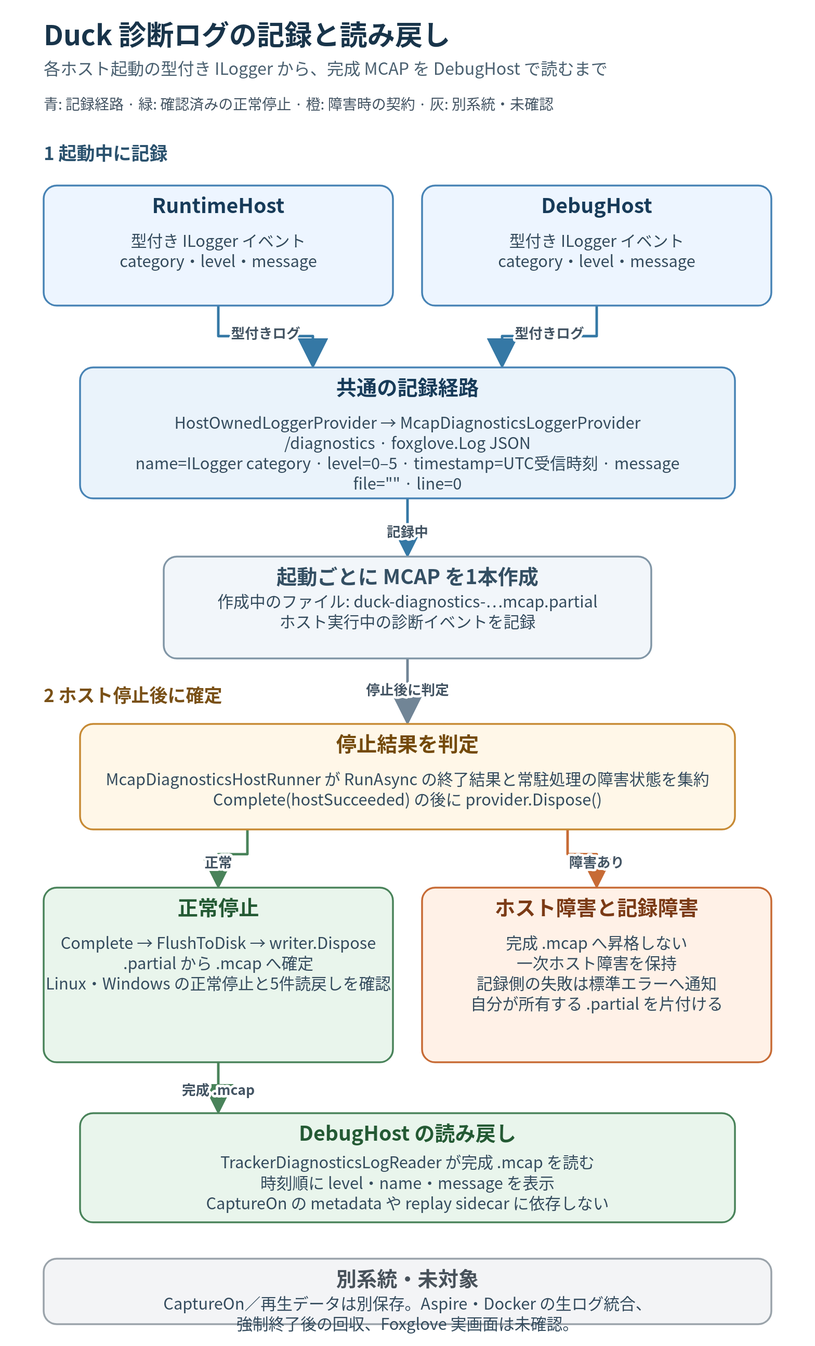
This is Tracker/Design/DebugHost/diagnostics-mcap-flow.dio.svg from ibis-ssl/Duck, a draw.io export, as it was before one commit. Source tidied: cells renumbered, new cells last; positions are measured from the earlier drawing's top-left corner, leaving out a move shared by most shapes.
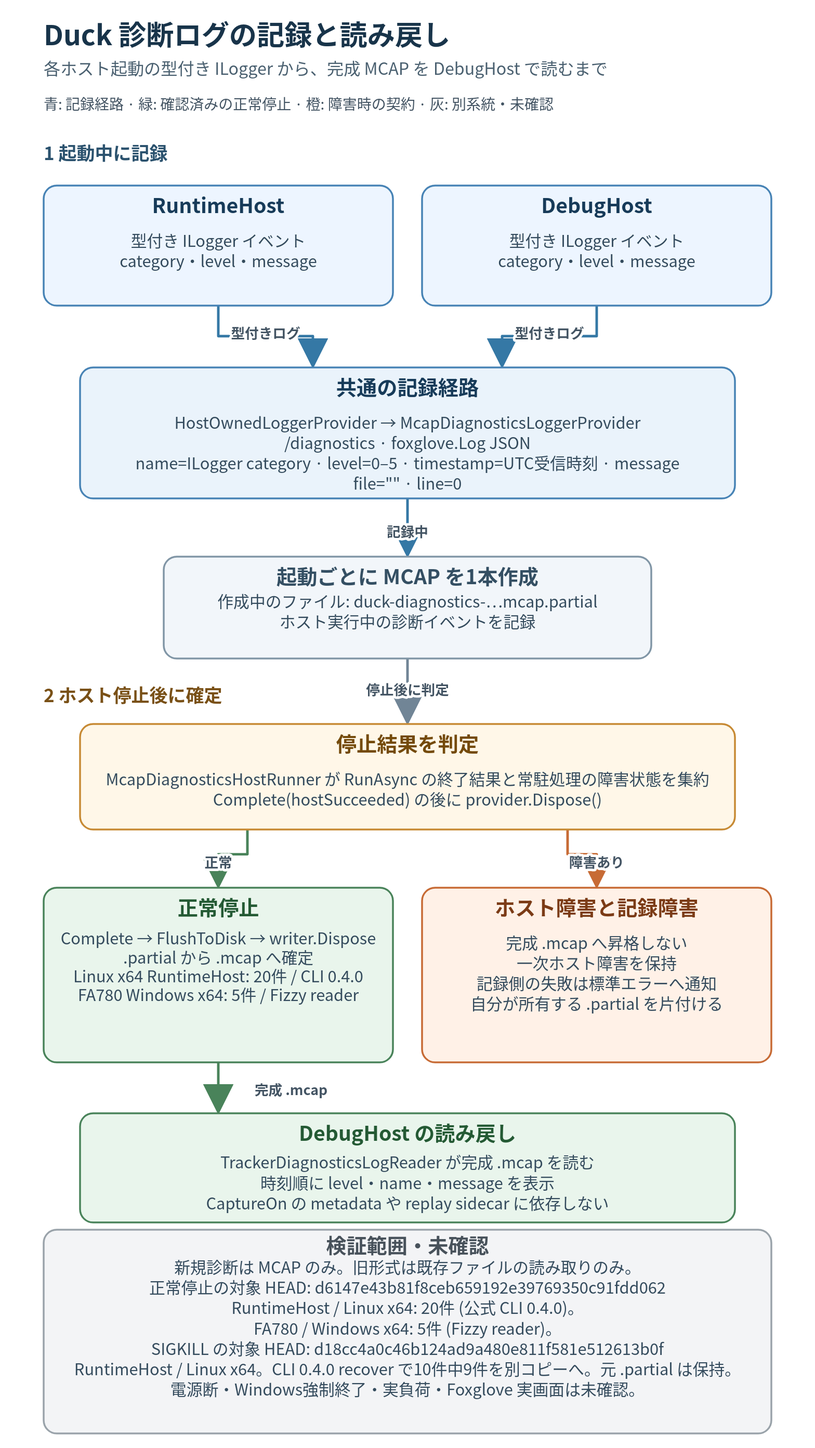
After the change.

What changed in the source:
```diff
@@ -17,7 +17,7 @@
     <mxCell id="6" value="&lt;b&gt;停止結果を判定&lt;/b&gt;&lt;br&gt;McapDiagnosticsHostRunner が RunAsync の終了結果と常駐処理の障害状態を集約&lt;br&gt;Complete(hostSucceeded) の後に provider.Dispose()" style="rounded=1;arcSize=12;whiteSpace=wrap;html=1;align=center;verticalAlign=middle;fontFamily=Noto Sans CJK JP;fontSize=23;fontColor=#24374A;fillColor=#FFF7E8;strokeColor=#C78A34;strokeWidth=2;spacing=10;" parent="1" vertex="1">
       <mxGeometry x="50" y="971" width="900" height="145" as="geometry" />
     </mxCell>
-    <mxCell id="7" value="&lt;b&gt;正常停止&lt;/b&gt;&lt;br&gt;Complete → FlushToDisk → writer.Dispose&lt;br&gt;.partial から .mcap へ確定&lt;br&gt;Linux・Windows の正常停止と5件読戻しを確認" style="rounded=1;arcSize=12;whiteSpace=wrap;html=1;align=center;verticalAlign=middle;fontFamily=Noto Sans CJK JP;fontSize=23;fontColor=#24374A;fillColor=#E9F5EC;strokeColor=#49835A;strokeWidth=2;spacing=10;" parent="1" vertex="1">
+    <mxCell id="7" value="&lt;b&gt;正常停止&lt;/b&gt;&lt;br&gt;Complete → FlushToDisk → writer.Dispose&lt;br&gt;.partial から .mcap へ確定&lt;br&gt;d6147e4 Linux x64 RuntimeHost: 20件 / CLI 0.4.0&lt;br&gt;d6147e4 FA780 Windows x64: 5件 / Fizzy reader" style="rounded=1;arcSize=12;whiteSpace=wrap;html=1;align=center;verticalAlign=middle;fontFamily=Noto Sans CJK JP;fontSize=18;fontColor=#24374A;fillColor=#E9F5EC;strokeColor=#49835A;strokeWidth=2;spacing=10;" parent="1" vertex="1">
       <mxGeometry y="1196" width="480" height="240" as="geometry" />
     </mxCell>
     <mxCell id="8" value="&lt;b&gt;ホスト障害と記録障害&lt;/b&gt;&lt;br&gt;完成 .mcap へ昇格しない&lt;br&gt;一次ホスト障害を保持&lt;br&gt;記録側の失敗は標準エラーへ通知&lt;br&gt;自分が所有する .partial を片付ける" style="rounded=1;arcSize=12;whiteSpace=wrap;html=1;align=center;verticalAlign=middle;fontFamily=Noto Sans CJK JP;fontSize=23;fontColor=#24374A;fillColor=#FFF1E7;strokeColor=#C76B35;strokeWidth=2;spacing=10;" parent="1" vertex="1">
@@ -26,8 +26,8 @@
     <mxCell id="9" value="&lt;b&gt;DebugHost の読み戻し&lt;/b&gt;&lt;br&gt;TrackerDiagnosticsLogReader が完成 .mcap を読む&lt;br&gt;時刻順に level・name・message を表示&lt;br&gt;CaptureOn の metadata や replay sidecar に依存しない" style="rounded=1;arcSize=12;whiteSpace=wrap;html=1;align=center;verticalAlign=middle;fontFamily=Noto Sans CJK JP;fontSize=23;fontColor=#24374A;fillColor=#E9F5EC;strokeColor=#49835A;strokeWidth=2;spacing=10;" parent="1" vertex="1">
       <mxGeometry x="50" y="1506" width="900" height="150" as="geometry" />
     </mxCell>
-    <mxCell id="10" value="&lt;b&gt;別系統・未対象&lt;/b&gt;&lt;br&gt;CaptureOn／再生データは別保存。Aspire・Docker の生ログ統合、&lt;br&gt;強制終了後の回収、Foxglove 実画面は未確認。" style="rounded=1;arcSize=12;whiteSpace=wrap;html=1;align=center;verticalAlign=middle;fontFamily=Noto Sans CJK JP;fontSize=23;fontColor=#24374A;fillColor=#F3F4F6;strokeColor=#9AA3AA;strokeWidth=2;spacing=10;" parent="1" vertex="1">
-      <mxGeometry y="1706" width="1000" height="90" as="geometry" />
+    <mxCell id="10" value="&lt;b&gt;検証範囲・未確認&lt;/b&gt;&lt;br&gt;新規診断は MCAP のみ。旧形式は既存ファイルの読み取りのみ。&lt;br&gt;正常停止の対象 HEAD: d6147e43b81f8ceb659192e39769350c91fdd062&lt;br&gt;RuntimeHost / Linux x64: 20件 (公式 CLI 0.4.0)。&lt;br&gt;FA780 / Windows x64: 5件 (Fizzy reader)。&lt;br&gt;SIGKILL の対象 HEAD: d18cc4a0c46b124ad9a480e811f581e512613b0f&lt;br&gt;RuntimeHost / Linux x64。CLI 0.4.0 recover で10件中9件を別コピーへ。元 .partial は保持。&lt;br&gt;電源断・Windows強制終了・実負荷・Foxglove 実画面は未確認。" style="rounded=1;arcSize=12;whiteSpace=wrap;html=1;align=center;verticalAlign=middle;fontFamily=Noto Sans CJK JP;fontSize=17;fontColor=#24374A;fillColor=#F3F4F6;strokeColor=#9AA3AA;strokeWidth=2;spacing=10;" parent="1" vertex="1">
+      <mxGeometry y="1666" width="1000" height="280" as="geometry" />
     </mxCell>
     <mxCell id="11" value="Duck 診断ログの記録と読み戻し" style="text;html=1;align=start;verticalAlign=middle;fontFamily=Noto Sans CJK JP;fontSize=38;fontColor=#18344A;fontStyle=1;" parent="1" vertex="1">
       <mxGeometry width="1000" height="50" as="geometry" />
@@ -76,7 +76,7 @@
     </mxCell>
     <mxCell id="22" value="完成 .mcap" style="edgeStyle=orthogonalEdgeStyle;rounded=0;jettySize=auto;html=1;endArrow=block;endFill=1;strokeWidth=3;strokeColor=#49835A;fontFamily=Noto Sans CJK JP;fontSize=19;fontColor=#435463;labelBackgroundColor=#FFFFFF;" parent="1" edge="1" source="7" target="9">
       <mxGeometry relative="1" as="geometry">
-        <mxPoint y="-12" as="offset" />
+        <mxPoint x="100" y="-12" as="offset" />
       </mxGeometry>
     </mxCell>
   </root>
```
